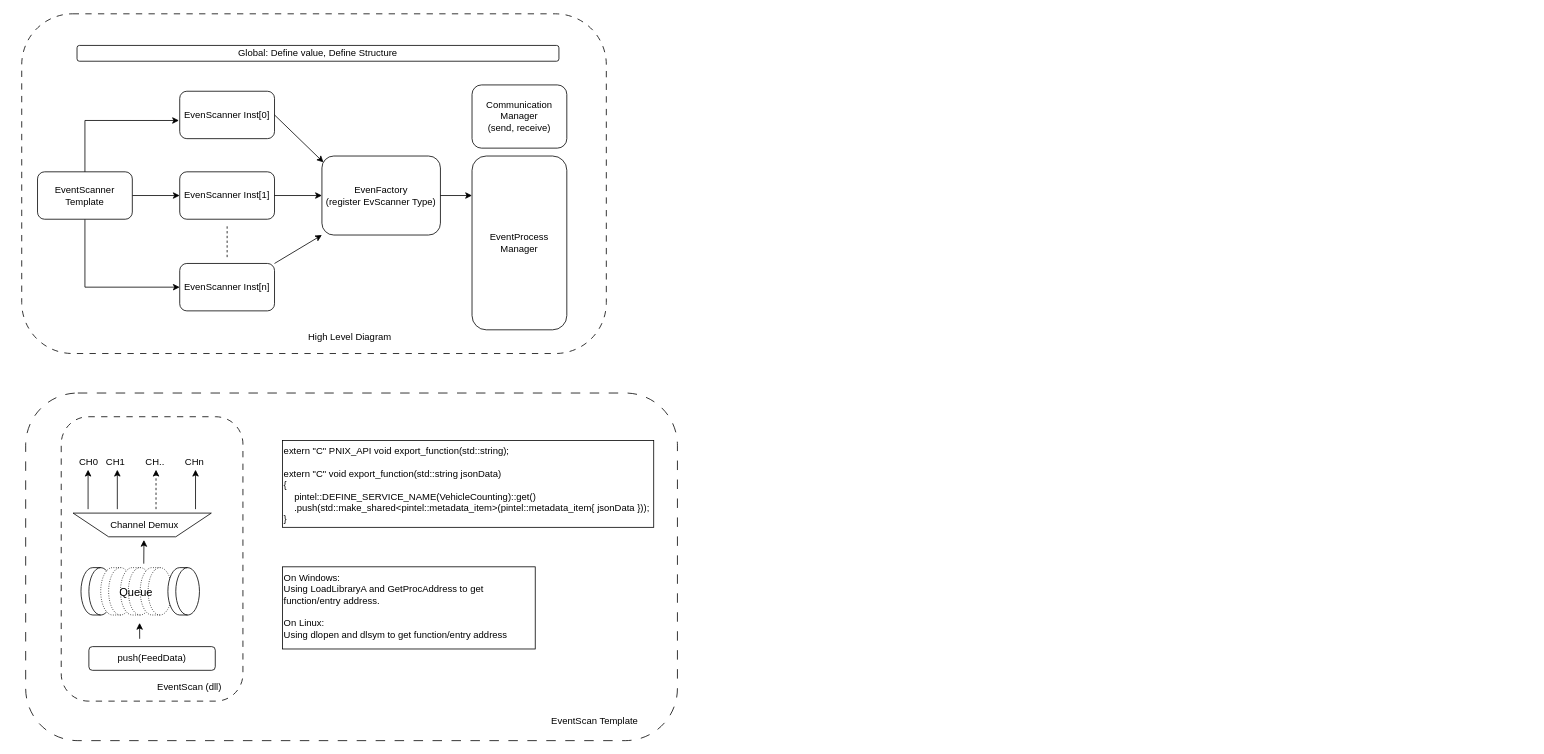
The draw.io diagram page "TopDiagram" (1 of 3) of PNIXEventProcess.drawio in huunhan312/CodeDiagram, before the edit. Source tidied: cells renumbered, new cells numbered last; positions are measured from the earlier drawing's top-left corner, leaving out a move shared by most shapes. Both pictures are drawn from the tidied source at 79%, with x=0, y=0 at pixel (21, 13).
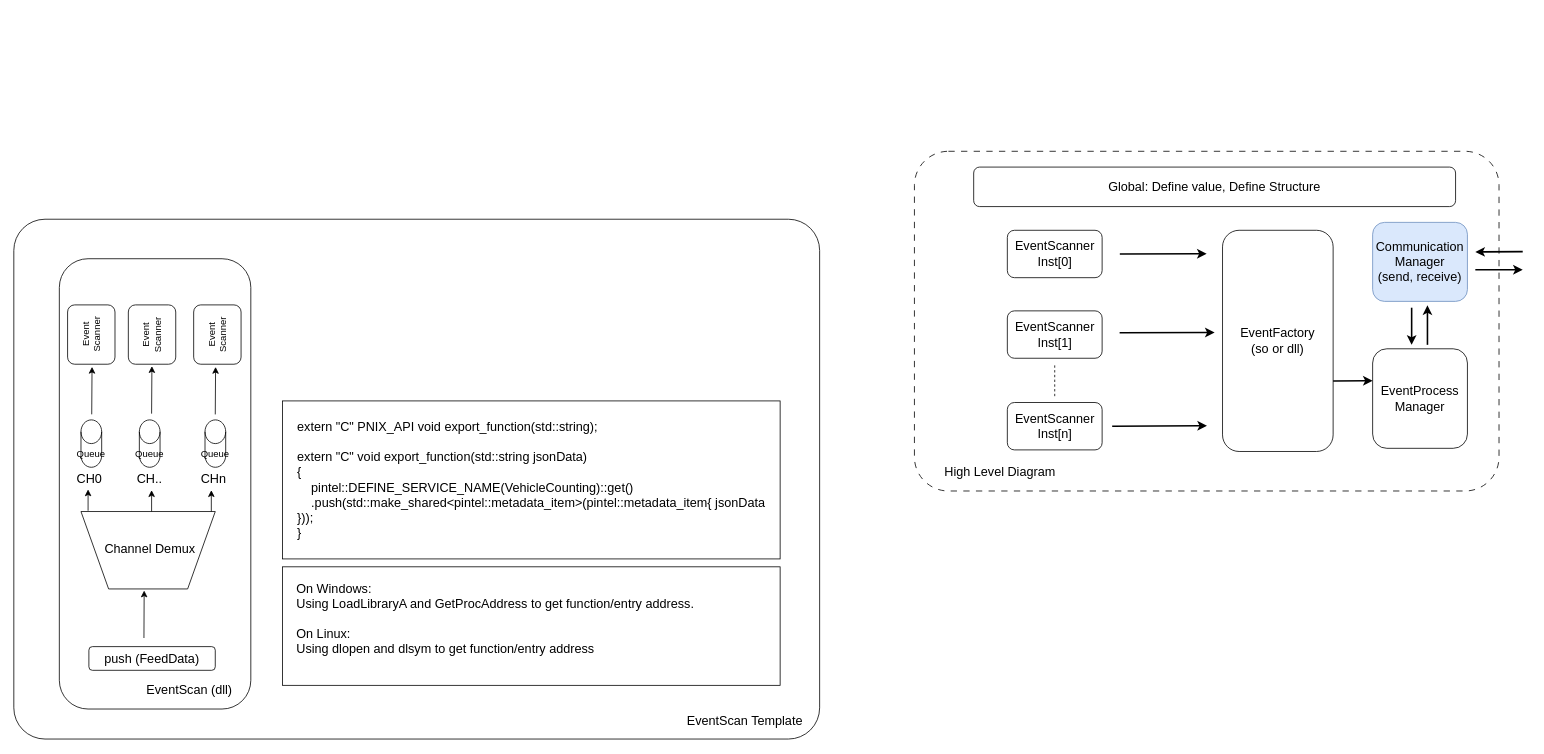
The same diagram, later.

Change to the diagram source:
```diff
@@
-    <mxCell id="2" style="rounded=1;whiteSpace=wrap;html=1;fillColor=none;dashed=1;dashPattern=12 12;" parent="1" vertex="1">
-      <mxGeometry x="5" y="480" width="825" height="440" as="geometry" />
-    </mxCell>
-    <mxCell id="3" style="rounded=1;whiteSpace=wrap;html=1;fillColor=none;dashed=1;dashPattern=8 8;" parent="1" vertex="1">
-      <mxGeometry x="50" y="510" width="230" height="360" as="geometry" />
-    </mxCell>
+    <mxCell id="45" style="rounded=1;whiteSpace=wrap;html=1;arcSize=6;fillColor=none;" parent="1" vertex="1">
+      <mxGeometry x="-10" y="260" width="1020" height="658" as="geometry" />
+    </mxCell>
+    <mxCell id="46" style="rounded=1;whiteSpace=wrap;html=1;fillColor=none;" parent="1" vertex="1">
+      <mxGeometry x="47.6" y="310" width="242.4" height="570" as="geometry" />
+    </mxCell>
-    <mxCell id="4" style="rounded=1;whiteSpace=wrap;html=1;dashed=1;fillColor=none;dashPattern=8 8;" parent="1" vertex="1">
-      <mxGeometry width="740" height="430" as="geometry" />
+    <mxCell id="4" style="rounded=1;whiteSpace=wrap;html=1;dashed=1;dashPattern=8 8;fontSize=16;arcSize=10;" parent="1" vertex="1">
+      <mxGeometry x="1130" y="174" width="740" height="430" as="geometry" />
     </mxCell>
-    <mxCell id="5" value="Global: Define value, Define Structure" style="rounded=1;whiteSpace=wrap;html=1;" parent="1" vertex="1">
-      <mxGeometry x="70" y="40" width="610" height="20" as="geometry" />
+    <mxCell id="5" value="Global: Define value, Define Structure" style="rounded=1;whiteSpace=wrap;html=1;fontSize=16;" parent="1" vertex="1">
+      <mxGeometry x="1205" y="194" width="610" height="50" as="geometry" />
     </mxCell>
-    <mxCell id="6" style="edgeStyle=orthogonalEdgeStyle;rounded=0;jettySize=auto;html=1;exitX=1;exitY=0.5;exitDx=0;exitDy=0;entryX=0;entryY=0.5;entryDx=0;entryDy=0;" parent="1" edge="1" source="8" target="10">
-      <mxGeometry relative="1" as="geometry" />
-    </mxCell>
-    <mxCell id="7" style="edgeStyle=orthogonalEdgeStyle;rounded=0;jettySize=auto;html=1;exitX=0.5;exitY=1;exitDx=0;exitDy=0;entryX=0;entryY=0.5;entryDx=0;entryDy=0;" parent="1" edge="1" source="8" target="11">
-      <mxGeometry relative="1" as="geometry" />
-    </mxCell>
-    <mxCell id="8" value="EventScanner Template" style="rounded=1;whiteSpace=wrap;html=1;" parent="1" vertex="1">
-      <mxGeometry x="20" y="200" width="120" height="60" as="geometry" />
-    </mxCell>
-    <mxCell id="9" value="EvenScanner Inst[0]" style="rounded=1;whiteSpace=wrap;html=1;" parent="1" vertex="1">
-      <mxGeometry x="200" y="98" width="120" height="60" as="geometry" />
+    <mxCell id="9" value="EventScanner Inst[0]" style="rounded=1;whiteSpace=wrap;html=1;fontSize=16;" parent="1" vertex="1">
+      <mxGeometry x="1247.6" y="274" width="120" height="60" as="geometry" />
     </mxCell>
-    <mxCell id="10" value="EvenScanner Inst[1]" style="rounded=1;whiteSpace=wrap;html=1;" parent="1" vertex="1">
-      <mxGeometry x="200" y="200" width="120" height="60" as="geometry" />
+    <mxCell id="10" value="EventScanner Inst[1]" style="rounded=1;whiteSpace=wrap;html=1;fontSize=16;" parent="1" vertex="1">
+      <mxGeometry x="1247.6" y="376" width="120" height="60" as="geometry" />
     </mxCell>
-    <mxCell id="11" value="EvenScanner Inst[n]" style="rounded=1;whiteSpace=wrap;html=1;" parent="1" vertex="1">
-      <mxGeometry x="200" y="316" width="120" height="60" as="geometry" />
+    <mxCell id="11" value="EventScanner Inst[n]" style="rounded=1;whiteSpace=wrap;html=1;fontSize=16;" parent="1" vertex="1">
+      <mxGeometry x="1247.6" y="492" width="120" height="60" as="geometry" />
     </mxCell>
-    <mxCell id="12" value="EvenFactory&lt;div&gt;(register EvScanner Type)&lt;/div&gt;" style="rounded=1;whiteSpace=wrap;html=1;" parent="1" vertex="1">
-      <mxGeometry x="380" y="180" width="150" height="100" as="geometry" />
+    <mxCell id="12" value="EventFactory&lt;div&gt;(so or dll)&lt;/div&gt;" style="rounded=1;whiteSpace=wrap;html=1;fontSize=16;" parent="1" vertex="1">
+      <mxGeometry x="1520" y="274" width="140" height="280" as="geometry" />
     </mxCell>
-    <mxCell id="13" style="endArrow=none;dashed=1;html=1;rounded=0;" parent="1" edge="1">
+    <mxCell id="13" style="endArrow=none;dashed=1;html=1;rounded=0;fontSize=16;" parent="1" edge="1">
       <mxGeometry relative="1" as="geometry">
-        <mxPoint x="260" y="308" as="sourcePoint" />
-        <mxPoint x="260" y="268" as="targetPoint" />
+        <mxPoint x="1307.6" y="484" as="sourcePoint" />
+        <mxPoint x="1307.6" y="444" as="targetPoint" />
       </mxGeometry>
     </mxCell>
-    <mxCell id="14" style="edgeStyle=orthogonalEdgeStyle;rounded=0;jettySize=auto;html=1;exitX=0.5;exitY=0;exitDx=0;exitDy=0;entryX=-0.008;entryY=0.617;entryDx=0;entryDy=0;entryPerimeter=0;" parent="1" edge="1" source="8" target="9">
-      <mxGeometry relative="1" as="geometry" />
-    </mxCell>
-    <mxCell id="15" style="endArrow=classic;html=1;rounded=0;exitX=1;exitY=0.5;exitDx=0;exitDy=0;entryX=0;entryY=0.5;entryDx=0;entryDy=0;" parent="1" edge="1" source="10" target="12">
-      <mxGeometry relative="1" as="geometry" />
-    </mxCell>
-    <mxCell id="16" style="endArrow=classic;html=1;rounded=0;exitX=1;exitY=0.5;exitDx=0;exitDy=0;entryX=0.013;entryY=0.08;entryDx=0;entryDy=0;entryPerimeter=0;" parent="1" edge="1" source="9" target="12">
-      <mxGeometry relative="1" as="geometry" />
-    </mxCell>
-    <mxCell id="17" style="endArrow=classic;html=1;rounded=0;exitX=1;exitY=0;exitDx=0;exitDy=0;entryX=0;entryY=1;entryDx=0;entryDy=0;" parent="1" edge="1" source="11" target="12">
-      <mxGeometry relative="1" as="geometry" />
-    </mxCell>
-    <mxCell id="18" value="EventProcess&lt;div&gt;Manager&lt;/div&gt;" style="rounded=1;whiteSpace=wrap;html=1;" parent="1" vertex="1">
-      <mxGeometry x="570" y="180" width="120" height="220" as="geometry" />
+    <mxCell id="18" value="EventProcess&lt;div&gt;Manager&lt;/div&gt;" style="rounded=1;whiteSpace=wrap;html=1;fontSize=16;" parent="1" vertex="1">
+      <mxGeometry x="1710" y="424" width="120" height="126" as="geometry" />
     </mxCell>
-    <mxCell id="19" style="endArrow=classic;html=1;rounded=0;exitX=1;exitY=0.5;exitDx=0;exitDy=0;" parent="1" edge="1" source="12">
-      <mxGeometry relative="1" as="geometry">
-        <mxPoint x="570" y="230" as="targetPoint" />
-      </mxGeometry>
-    </mxCell>
-    <mxCell id="20" value="Communication&lt;div&gt;Manager&lt;/div&gt;&lt;div&gt;(send, receive)&lt;/div&gt;" style="rounded=1;whiteSpace=wrap;html=1;" parent="1" vertex="1">
-      <mxGeometry x="570" y="90" width="120" height="80" as="geometry" />
+    <mxCell id="20" value="Communication&lt;div&gt;Manager&lt;/div&gt;&lt;div&gt;(send, receive)&lt;/div&gt;" style="rounded=1;whiteSpace=wrap;html=1;fontSize=16;fillColor=#dae8fc;strokeColor=#6c8ebf;" parent="1" vertex="1">
+      <mxGeometry x="1710" y="264" width="120" height="100" as="geometry" />
     </mxCell>
-    <mxCell id="21" value="EventScan Template" style="text;html=1;align=center;verticalAlign=middle;strokeColor=none;fillColor=none;" parent="1" vertex="1">
-      <mxGeometry x="660" y="880" width="130" height="30" as="geometry" />
+    <mxCell id="21" value="EventScan Template" style="text;html=1;align=center;verticalAlign=middle;strokeColor=none;fillColor=none;fontSize=16;" parent="1" vertex="1">
+      <mxGeometry x="830" y="880" width="170" height="30" as="geometry" />
     </mxCell>
-    <mxCell id="22" value="High Level Diagram" style="text;html=1;align=center;verticalAlign=middle;strokeColor=none;fillColor=none;" parent="1" vertex="1">
-      <mxGeometry x="350" y="395" width="130" height="30" as="geometry" />
+    <mxCell id="22" value="High Level Diagram" style="text;html=1;align=center;verticalAlign=middle;strokeColor=none;fillColor=none;fontSize=16;" parent="1" vertex="1">
+      <mxGeometry x="1157.6" y="564" width="160" height="30" as="geometry" />
     </mxCell>
-    <mxCell id="23" value="EventScan (dll)" style="rounded=1;whiteSpace=wrap;html=1;fillColor=none;strokeColor=none;" parent="1" vertex="1">
-      <mxGeometry x="160" y="837" width="105.2" height="30" as="geometry" />
+    <mxCell id="23" value="EventScan (dll)" style="rounded=1;whiteSpace=wrap;html=1;fillColor=none;strokeColor=none;fontSize=16;" parent="1" vertex="1">
+      <mxGeometry x="140" y="840" width="145.2" height="30" as="geometry" />
     </mxCell>
-    <mxCell id="24" value="extern &quot;C&quot; PNIX_API void export_function(std::string);&#10;&#10;extern &quot;C&quot; void export_function(std::string jsonData)&#10;{&#10;    pintel::DEFINE_SERVICE_NAME(VehicleCounting)::get()&#10;    .push(std::make_shared&lt;pintel::metadata_item&gt;(pintel::metadata_item{ jsonData }));&#10;}" style="text;whiteSpace=wrap;fillColor=default;strokeColor=default;" parent="1" vertex="1">
-      <mxGeometry x="330" y="540" width="470" height="110" as="geometry" />
+    <mxCell id="24" value="extern &quot;C&quot; PNIX_API void export_function(std::string);&#10;&#10;extern &quot;C&quot; void export_function(std::string jsonData)&#10;{&#10;    pintel::DEFINE_SERVICE_NAME(VehicleCounting)::get()&#10;    .push(std::make_shared&lt;pintel::metadata_item&gt;(pintel::metadata_item{ jsonData }));&#10;}" style="text;whiteSpace=wrap;fillColor=default;strokeColor=default;fontSize=16;verticalAlign=middle;spacingLeft=17;" parent="1" vertex="1">
+      <mxGeometry x="330" y="490" width="630" height="200" as="geometry" />
     </mxCell>
-    <mxCell id="25" value="On Windows: &#10;Using LoadLibraryA and GetProcAddress to get function/entry address.&#10;&#10;On Linux:&#10;Using dlopen and dlsym to get function/entry address&#10; " style="text;whiteSpace=wrap;fillColor=default;strokeColor=default;" parent="1" vertex="1">
-      <mxGeometry x="330" y="700" width="320" height="104" as="geometry" />
+    <mxCell id="25" value="On Windows: &#10;Using LoadLibraryA and GetProcAddress to get function/entry address.&#10;&#10;On Linux:&#10;Using dlopen and dlsym to get function/entry address&#10; " style="text;whiteSpace=wrap;fillColor=default;strokeColor=default;fontSize=16;align=left;verticalAlign=middle;spacingLeft=16;" parent="1" vertex="1">
+      <mxGeometry x="330" y="700" width="630" height="150" as="geometry" />
     </mxCell>
-    <mxCell id="26" value="push(FeedData)" style="rounded=1;whiteSpace=wrap;html=1;fillColor=default;strokeColor=default;" parent="1" vertex="1">
+    <mxCell id="26" value="push (FeedData)" style="rounded=1;whiteSpace=wrap;html=1;fillColor=default;strokeColor=default;fontSize=16;" parent="1" vertex="1">
       <mxGeometry x="85" y="801" width="160" height="30" as="geometry" />
     </mxCell>
-    <mxCell id="27" style="shape=cylinder3;whiteSpace=wrap;html=1;boundedLbl=1;backgroundOutline=1;size=15;rotation=90;" parent="1" vertex="1">
-      <mxGeometry x="65" y="711" width="60" height="40" as="geometry" />
-    </mxCell>
-    <mxCell id="28" style="shape=cylinder3;whiteSpace=wrap;html=1;boundedLbl=1;backgroundOutline=1;size=15;rotation=90;dashed=1;dashPattern=1 2;" parent="1" vertex="1">
-      <mxGeometry x="90" y="711" width="60" height="40" as="geometry" />
-    </mxCell>
-    <mxCell id="29" style="shape=cylinder3;whiteSpace=wrap;html=1;boundedLbl=1;backgroundOutline=1;size=15;rotation=90;dashed=1;dashPattern=1 2;" parent="1" vertex="1">
-      <mxGeometry x="115" y="711" width="60" height="40" as="geometry" />
-    </mxCell>
-    <mxCell id="30" style="shape=cylinder3;whiteSpace=wrap;html=1;boundedLbl=1;backgroundOutline=1;size=15;rotation=90;dashed=1;dashPattern=1 2;" parent="1" vertex="1">
-      <mxGeometry x="140" y="711" width="60" height="40" as="geometry" />
-    </mxCell>
-    <mxCell id="31" style="shape=cylinder3;whiteSpace=wrap;html=1;boundedLbl=1;backgroundOutline=1;size=15;rotation=90;" parent="1" vertex="1">
-      <mxGeometry x="175" y="711" width="60" height="40" as="geometry" />
-    </mxCell>
-    <mxCell id="32" value="&lt;font style=&quot;font-size: 14px;&quot;&gt;Queue&lt;/font&gt;" style="rounded=1;whiteSpace=wrap;html=1;fillColor=none;strokeColor=none;" parent="1" vertex="1">
-      <mxGeometry x="75" y="717" width="140" height="30" as="geometry" />
-    </mxCell>
-    <mxCell id="33" style="endArrow=classic;html=1;rounded=0;entryX=0.176;entryY=0.591;entryDx=0;entryDy=0;entryPerimeter=0;exitX=0.176;exitY=0.636;exitDx=0;exitDy=0;exitPerimeter=0;" parent="1" edge="1">
+    <mxCell id="33" style="endArrow=classic;html=1;rounded=0;exitX=0.455;exitY=0.778;exitDx=0;exitDy=0;exitPerimeter=0;fontSize=16;" parent="1" edge="1">
       <mxGeometry relative="1" as="geometry">
-        <mxPoint x="154.5" y="696" as="sourcePoint" />
-        <mxPoint x="154.7" y="666" as="targetPoint" />
+        <mxPoint x="154.7" y="790.1" as="sourcePoint" />
+        <mxPoint x="155" y="730" as="targetPoint" />
       </mxGeometry>
     </mxCell>
-    <mxCell id="34" style="endArrow=classic;html=1;rounded=0;entryX=0.176;entryY=0.591;entryDx=0;entryDy=0;entryPerimeter=0;exitX=0.436;exitY=0.686;exitDx=0;exitDy=0;exitPerimeter=0;" parent="1" edge="1">
-      <mxGeometry relative="1" as="geometry">
-        <mxPoint x="149.3" y="791.1" as="sourcePoint" />
-        <mxPoint x="149.2" y="771" as="targetPoint" />
-      </mxGeometry>
-    </mxCell>
-    <mxCell id="35" style="shape=trapezoid;perimeter=trapezoidPerimeter;whiteSpace=wrap;html=1;fixedSize=1;rotation=-180;size=45;" parent="1" vertex="1">
-      <mxGeometry x="65" y="632" width="175" height="30" as="geometry" />
+    <mxCell id="35" style="shape=trapezoid;perimeter=trapezoidPerimeter;whiteSpace=wrap;html=1;fixedSize=1;rotation=-180;size=35;fontSize=16;fillColor=none;" parent="1" vertex="1">
+      <mxGeometry x="75" y="630" width="170" height="98" as="geometry" />
     </mxCell>
-    <mxCell id="36" value="Channel Demux" style="text;html=1;align=center;verticalAlign=middle;strokeColor=none;fillColor=none;" parent="1" vertex="1">
-      <mxGeometry x="100" y="632" width="110" height="30" as="geometry" />
-    </mxCell>
-    <mxCell id="37" style="endArrow=classic;html=1;rounded=0;entryX=0.261;entryY=0.167;entryDx=0;entryDy=0;entryPerimeter=0;" parent="1" edge="1">
+    <mxCell id="37" style="endArrow=classic;html=1;rounded=0;fontSize=16;" parent="1" edge="1">
       <mxGeometry relative="1" as="geometry">
-        <mxPoint x="84" y="627" as="sourcePoint" />
-        <mxPoint x="84" y="577.1" as="targetPoint" />
+        <mxPoint x="84" y="629" as="sourcePoint" />
+        <mxPoint x="84" y="602" as="targetPoint" />
       </mxGeometry>
     </mxCell>
-    <mxCell id="38" style="endArrow=classic;html=1;rounded=0;entryX=0.261;entryY=0.167;entryDx=0;entryDy=0;entryPerimeter=0;" parent="1" edge="1">
-      <mxGeometry relative="1" as="geometry">
-        <mxPoint x="121" y="627" as="sourcePoint" />
-        <mxPoint x="121" y="577.1" as="targetPoint" />
-      </mxGeometry>
-    </mxCell>
-    <mxCell id="39" style="endArrow=classic;html=1;rounded=0;entryX=0.261;entryY=0.167;entryDx=0;entryDy=0;entryPerimeter=0;dashed=1;" parent="1" edge="1">
-      <mxGeometry relative="1" as="geometry">
-        <mxPoint x="170" y="627" as="sourcePoint" />
-        <mxPoint x="170" y="577.1" as="targetPoint" />
-      </mxGeometry>
-    </mxCell>
-    <mxCell id="40" style="endArrow=classic;html=1;rounded=0;entryX=0.261;entryY=0.167;entryDx=0;entryDy=0;entryPerimeter=0;" parent="1" edge="1">
-      <mxGeometry relative="1" as="geometry">
-        <mxPoint x="220" y="627" as="sourcePoint" />
-        <mxPoint x="220" y="577.1" as="targetPoint" />
-      </mxGeometry>
-    </mxCell>
-    <mxCell id="41" value="CH0" style="rounded=1;whiteSpace=wrap;html=1;fillColor=none;strokeColor=none;" parent="1" vertex="1">
-      <mxGeometry x="66.4" y="553" width="37.6" height="30" as="geometry" />
+    <mxCell id="41" value="CH0" style="rounded=1;whiteSpace=wrap;html=1;fillColor=none;strokeColor=none;fontSize=16;" parent="1" vertex="1">
+      <mxGeometry x="67.4" y="574" width="37.6" height="30" as="geometry" />
     </mxCell>
-    <mxCell id="42" value="CH1" style="rounded=1;whiteSpace=wrap;html=1;fillColor=none;strokeColor=none;" parent="1" vertex="1">
-      <mxGeometry x="100" y="553" width="37.6" height="30" as="geometry" />
-    </mxCell>
-    <mxCell id="43" value="CH.." style="rounded=1;whiteSpace=wrap;html=1;fillColor=none;strokeColor=none;" parent="1" vertex="1">
-      <mxGeometry x="150" y="553" width="37.6" height="30" as="geometry" />
+    <mxCell id="43" value="CH.." style="rounded=1;whiteSpace=wrap;html=1;fillColor=none;strokeColor=none;fontSize=16;" parent="1" vertex="1">
+      <mxGeometry x="143" y="574" width="37.6" height="30" as="geometry" />
     </mxCell>
-    <mxCell id="44" value="CHn" style="rounded=1;whiteSpace=wrap;html=1;fillColor=none;strokeColor=none;" parent="1" vertex="1">
-      <mxGeometry x="200" y="553" width="37.6" height="30" as="geometry" />
+    <mxCell id="44" value="CHn" style="rounded=1;whiteSpace=wrap;html=1;fillColor=none;strokeColor=none;fontSize=16;" parent="1" vertex="1">
+      <mxGeometry x="224" y="574" width="37.6" height="30" as="geometry" />
     </mxCell>
+    <mxCell id="47" style="endArrow=classic;html=1;rounded=0;strokeWidth=2;" parent="1" edge="1">
+      <mxGeometry relative="1" as="geometry">
+        <mxPoint x="1390" y="304" as="sourcePoint" />
+        <mxPoint x="1499.9" y="303.6" as="targetPoint" />
+      </mxGeometry>
+    </mxCell>
+    <mxCell id="48" style="endArrow=classic;html=1;rounded=0;strokeWidth=2;exitX=0.351;exitY=0.534;exitDx=0;exitDy=0;exitPerimeter=0;" parent="1" edge="1" source="4">
+      <mxGeometry relative="1" as="geometry">
+        <mxPoint x="1510" y="403.4" as="targetPoint" />
+      </mxGeometry>
+    </mxCell>
+    <mxCell id="49" style="endArrow=classic;html=1;rounded=0;strokeWidth=2;" parent="1" edge="1">
+      <mxGeometry relative="1" as="geometry">
+        <mxPoint x="1660" y="464.8" as="sourcePoint" />
+        <mxPoint x="1710" y="464.4" as="targetPoint" />
+      </mxGeometry>
+    </mxCell>
+    <mxCell id="50" style="endArrow=classic;html=1;rounded=0;strokeWidth=2;" parent="1" edge="1">
+      <mxGeometry relative="1" as="geometry">
+        <mxPoint x="1900" y="301" as="sourcePoint" />
+        <mxPoint x="1840" y="301.4" as="targetPoint" />
+      </mxGeometry>
+    </mxCell>
+    <mxCell id="51" style="endArrow=classic;html=1;rounded=0;strokeWidth=2;" parent="1" edge="1">
+      <mxGeometry relative="1" as="geometry">
+        <mxPoint x="1840" y="324" as="sourcePoint" />
+        <mxPoint x="1900" y="324" as="targetPoint" />
+      </mxGeometry>
+    </mxCell>
+    <mxCell id="52" style="endArrow=classic;html=1;rounded=0;strokeWidth=2;" parent="1" edge="1">
+      <mxGeometry relative="1" as="geometry">
+        <mxPoint x="1779.4" y="419" as="sourcePoint" />
+        <mxPoint x="1779.4" y="369" as="targetPoint" />
+      </mxGeometry>
+    </mxCell>
+    <mxCell id="53" style="endArrow=classic;html=1;rounded=0;strokeWidth=2;" parent="1" edge="1">
+      <mxGeometry relative="1" as="geometry">
+        <mxPoint x="1759.4" y="372" as="sourcePoint" />
+        <mxPoint x="1759.4" y="419" as="targetPoint" />
+      </mxGeometry>
+    </mxCell>
+    <mxCell id="54" style="endArrow=classic;html=1;rounded=0;strokeWidth=2;exitX=0.351;exitY=0.534;exitDx=0;exitDy=0;exitPerimeter=0;" parent="1" edge="1">
+      <mxGeometry relative="1" as="geometry">
+        <mxPoint x="1380.3" y="522" as="sourcePoint" />
+        <mxPoint x="1500.3" y="521.4" as="targetPoint" />
+      </mxGeometry>
+    </mxCell>
+    <mxCell id="36" value="Channel Demux" style="text;html=1;align=center;verticalAlign=middle;strokeColor=none;fillColor=none;fontSize=16;" parent="1" vertex="1">
+      <mxGeometry x="92" y="662" width="140" height="30" as="geometry" />
+    </mxCell>
+    <mxCell id="55" style="endArrow=classic;html=1;rounded=0;fontSize=16;" parent="1" edge="1">
+      <mxGeometry relative="1" as="geometry">
+        <mxPoint x="164.4" y="630" as="sourcePoint" />
+        <mxPoint x="164.4" y="603" as="targetPoint" />
+      </mxGeometry>
+    </mxCell>
+    <mxCell id="56" style="endArrow=classic;html=1;rounded=0;fontSize=16;" parent="1" edge="1">
+      <mxGeometry relative="1" as="geometry">
+        <mxPoint x="240" y="630" as="sourcePoint" />
+        <mxPoint x="240" y="603" as="targetPoint" />
+      </mxGeometry>
+    </mxCell>
+    <mxCell id="57" value="Queue" style="shape=cylinder3;whiteSpace=wrap;html=1;boundedLbl=1;backgroundOutline=1;size=15;" parent="1" vertex="1">
+      <mxGeometry x="75" y="514" width="26.2" height="60" as="geometry" />
+    </mxCell>
+    <mxCell id="58" value="Queue" style="shape=cylinder3;whiteSpace=wrap;html=1;boundedLbl=1;backgroundOutline=1;size=15;" parent="1" vertex="1">
+      <mxGeometry x="148.9" y="514" width="26.2" height="60" as="geometry" />
+    </mxCell>
+    <mxCell id="59" value="Queue" style="shape=cylinder3;whiteSpace=wrap;html=1;boundedLbl=1;backgroundOutline=1;size=15;" parent="1" vertex="1">
+      <mxGeometry x="232" y="514" width="26.2" height="60" as="geometry" />
+    </mxCell>
+    <mxCell id="60" style="endArrow=classic;html=1;rounded=0;exitX=0.455;exitY=0.778;exitDx=0;exitDy=0;exitPerimeter=0;fontSize=16;" parent="1" edge="1">
+      <mxGeometry relative="1" as="geometry">
+        <mxPoint x="88.6" y="507" as="sourcePoint" />
+        <mxPoint x="89" y="446.9" as="targetPoint" />
+      </mxGeometry>
+    </mxCell>
+    <mxCell id="61" style="endArrow=classic;html=1;rounded=0;exitX=0.455;exitY=0.778;exitDx=0;exitDy=0;exitPerimeter=0;fontSize=16;" parent="1" edge="1">
+      <mxGeometry relative="1" as="geometry">
+        <mxPoint x="164.4" y="506.1" as="sourcePoint" />
+        <mxPoint x="164.8" y="446" as="targetPoint" />
+      </mxGeometry>
+    </mxCell>
+    <mxCell id="62" style="endArrow=classic;html=1;rounded=0;exitX=0.455;exitY=0.778;exitDx=0;exitDy=0;exitPerimeter=0;fontSize=16;" parent="1" edge="1">
+      <mxGeometry relative="1" as="geometry">
+        <mxPoint x="245" y="507.1" as="sourcePoint" />
+        <mxPoint x="245.4" y="447" as="targetPoint" />
+      </mxGeometry>
+    </mxCell>
+    <mxCell id="63" value="Event Scanner" style="rounded=1;whiteSpace=wrap;html=1;rotation=-90;" parent="1" vertex="1">
+      <mxGeometry x="50.5" y="376" width="75.1" height="60" as="geometry" />
+    </mxCell>
+    <mxCell id="64" value="Event Scanner" style="rounded=1;whiteSpace=wrap;html=1;rotation=-90;" parent="1" vertex="1">
+      <mxGeometry x="127.4" y="376" width="75.1" height="60" as="geometry" />
+    </mxCell>
+    <mxCell id="65" value="Event Scanner" style="rounded=1;whiteSpace=wrap;html=1;rotation=-90;" parent="1" vertex="1">
+      <mxGeometry x="210.1" y="376" width="75.1" height="60" as="geometry" />
+    </mxCell>
```
